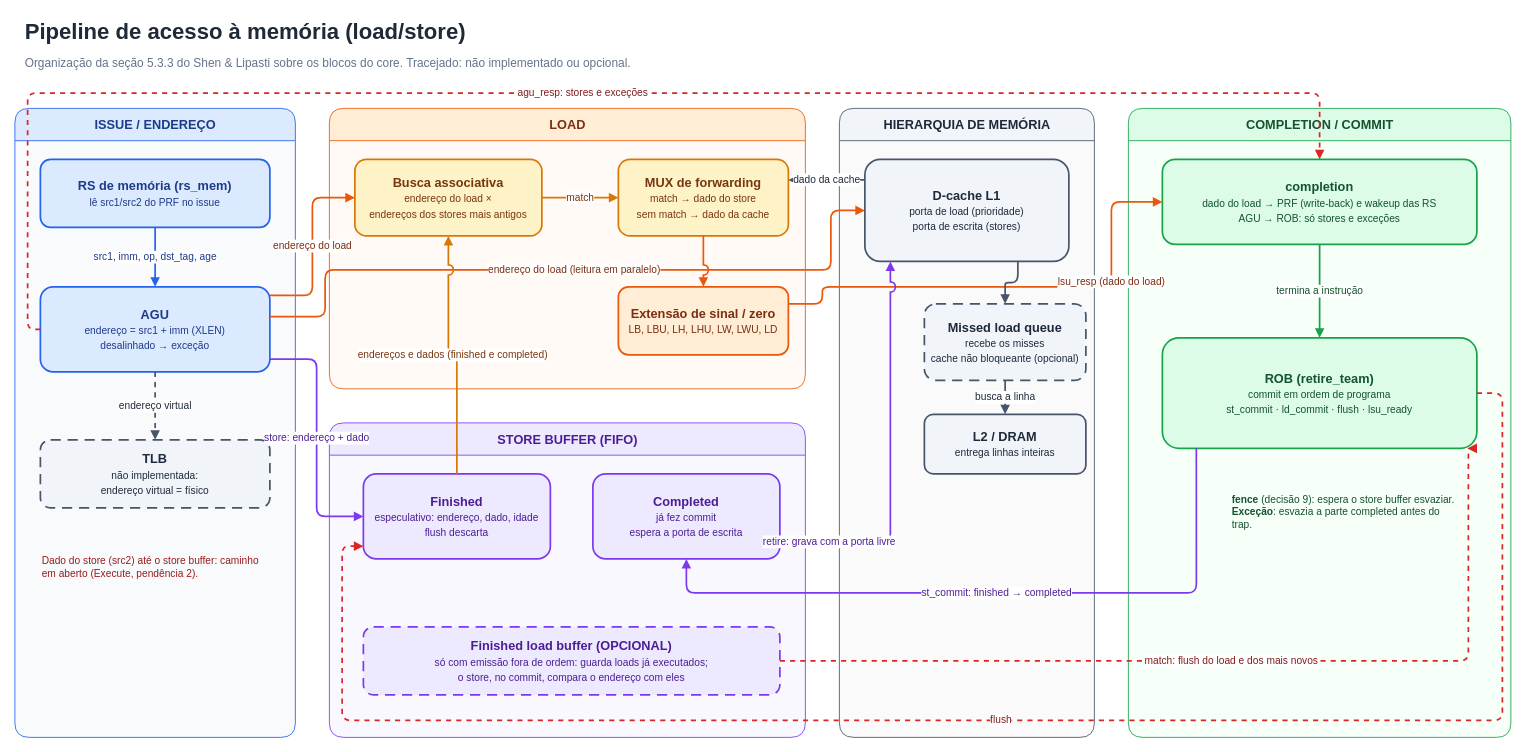
SoaresDavidson/superscalar-riscv keeps this draw.io diagram as docs/desenho_caminho_dados/memory_datapath/memory.drawio. Above is the earlier version. Source tidied: cells renumbered, new cells numbered last; positions are measured from the earlier drawing's top-left corner, leaving out a move shared by most shapes. Both pictures are drawn from the tidied source at 85%, with x=0, y=0 at pixel (14, 14).
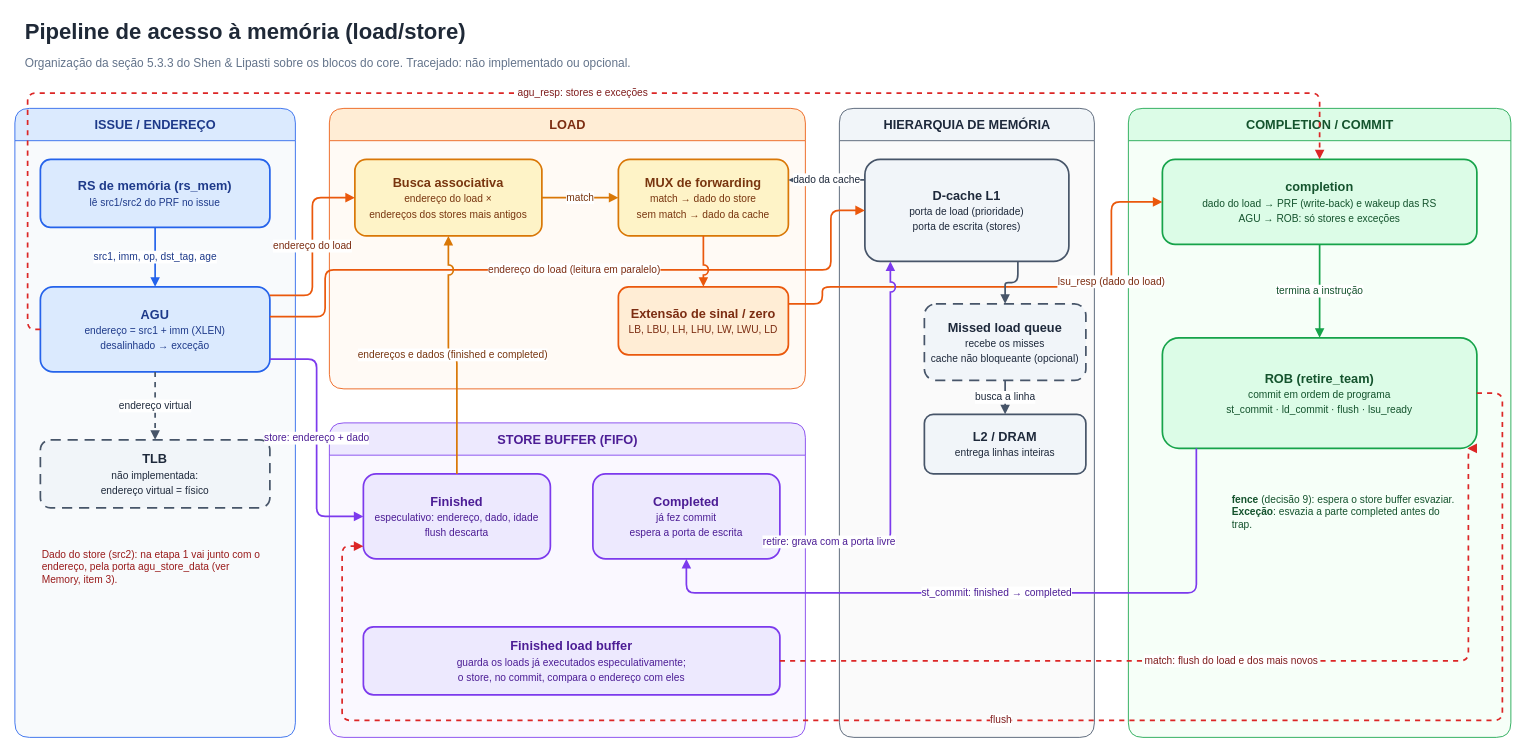
The same diagram, later.

Commit message (it also covers changes not shown here):
docs(memory): finished load buffer deixa de ser opcional no diagrama

Unchanged cells that the change refers to:
```xml
<mxCell id="6" value="STORE BUFFER (FIFO)" style="swimlane;html=1;rounded=1;startSize=38;horizontal=1;fillColor=#EDE9FE;swimlaneFillColor=#FAF8FF;strokeColor=#7C3AED;fontColor=#4C1D95;fontStyle=1;fontSize=15;" parent="1" vertex="1">
  <mxGeometry x="370" y="480" width="560" height="370" as="geometry" />
</mxCell>
```

The edit, as a diff of the source:
```diff
@@
-    <mxCell id="12" value="Dado do store (src2) até o store buffer: caminho em aberto (Execute, pendência 2)." style="text;html=1;whiteSpace=wrap;align=left;verticalAlign=middle;fontSize=12;fontColor=#991B1B;fontStyle=0;" parent="1" vertex="1">
+    <mxCell id="12" value="Dado do store (src2): na etapa 1 vai junto com o endereço, pela porta agu_store_data (ver Memory, item 3)." style="text;html=1;whiteSpace=wrap;align=left;verticalAlign=middle;fontSize=12;fontColor=#991B1B;fontStyle=0;" parent="1" vertex="1">
       <mxGeometry x="30" y="620" width="270" height="60" as="geometry" />
     </mxCell>
@@
-    <mxCell id="18" value="&lt;b&gt;Finished load buffer (OPCIONAL)&lt;/b&gt;&lt;br&gt;&lt;font style=&quot;font-size:12px;font-weight:normal&quot;&gt;só com emissão fora de ordem: guarda loads já executados;&lt;br&gt;o store, no commit, compara o endereço com eles&lt;/font&gt;" style="rounded=1;whiteSpace=wrap;html=1;fillColor=#EDE9FE;strokeColor=#7C3AED;strokeWidth=2;fontSize=15;fontColor=#4C1D95;dashed=1;dashPattern=6 4;" parent="6" vertex="1">
+    <mxCell id="18" value="&lt;b&gt;Finished load buffer&lt;/b&gt;&lt;br&gt;&lt;font style=&quot;font-size:12px;font-weight:normal&quot;&gt;guarda os loads já executados especulativamente;&lt;br&gt;o store, no commit, compara o endereço com eles&lt;/font&gt;" style="rounded=1;whiteSpace=wrap;html=1;fillColor=#EDE9FE;strokeColor=#7C3AED;strokeWidth=2;fontSize=15;fontColor=#4C1D95;" parent="6" vertex="1">
       <mxGeometry x="40" y="240" width="490" height="80" as="geometry" />
     </mxCell>
```
